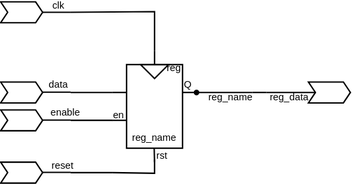
Earlier version of the draw.io export .pic/Basic Verilog structures/registers/fig_05.drawio.svg (MPSU/APS). Source tidied: cells renumbered, new cells last; positions are measured from the earlier drawing's top-left corner, leaving out a move shared by most shapes.
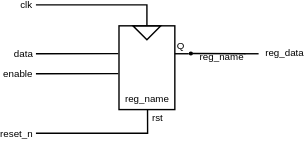
After the change.

The edit, as a diff of the source:
```diff
@@ -1,187 +1,86 @@
-<mxGraphModel>
+<mxGraphModel background="#ffffff">
   <root>
     <mxCell id="0" />
     <mxCell id="1" parent="0" />
     <mxCell id="2" value="&lt;font style=&quot;font-size: 7px;&quot;&gt;reg_name&lt;/font&gt;" style="rounded=0;whiteSpace=wrap;html=1;verticalAlign=bottom;spacingBottom=0;fillColor=none;" parent="1" vertex="1">
-      <mxGeometry x="90" y="45" width="40" height="60" as="geometry" />
+      <mxGeometry x="-192.5" y="76" width="40" height="60" as="geometry" />
     </mxCell>
-    <mxCell id="3" value="reg" style="text;html=1;strokeColor=none;fillColor=none;align=center;verticalAlign=middle;whiteSpace=wrap;rounded=0;fontSize=7;" parent="1" vertex="1">
-      <mxGeometry x="117" y="44" width="14" height="8" as="geometry" />
+    <mxCell id="3" style="endArrow=none;html=1;rounded=0;fontSize=7;" parent="1" edge="1">
+      <mxGeometry relative="1" as="geometry">
+        <mxPoint x="-142.5" y="96" as="sourcePoint" />
+        <mxPoint x="-152.5" y="96" as="targetPoint" />
+      </mxGeometry>
     </mxCell>
-    <mxCell id="4" style="endArrow=none;html=1;rounded=0;fontSize=7;" parent="1" edge="1">
+    <mxCell id="4" style="edgeStyle=orthogonalEdgeStyle;rounded=0;jettySize=auto;html=1;exitX=0;exitY=0.5;exitDx=0;exitDy=0;endArrow=none;endFill=0;" parent="1" edge="1" source="5">
       <mxGeometry relative="1" as="geometry">
-        <mxPoint x="90" y="65" as="sourcePoint" />
-        <mxPoint x="80" y="65" as="targetPoint" />
+        <mxPoint x="-252" y="61" as="targetPoint" />
+        <Array as="points">
+          <mxPoint x="-172" y="61" />
+        </Array>
       </mxGeometry>
     </mxCell>
-    <mxCell id="5" style="endArrow=none;html=1;rounded=0;fontSize=7;" parent="1" edge="1">
-      <mxGeometry relative="1" as="geometry">
-        <mxPoint x="140" y="65" as="sourcePoint" />
-        <mxPoint x="130" y="65" as="targetPoint" />
-      </mxGeometry>
+    <mxCell id="5" style="triangle;whiteSpace=wrap;html=1;fontSize=7;rotation=90;fillColor=none;" parent="1" vertex="1">
+      <mxGeometry x="-177.5" y="71" width="10" height="20" as="geometry" />
     </mxCell>
-    <mxCell id="6" style="endArrow=none;html=1;rounded=0;fontSize=7;" parent="1" edge="1">
-      <mxGeometry relative="1" as="geometry">
-        <mxPoint x="110" y="45" as="sourcePoint" />
-        <mxPoint x="110" y="35" as="targetPoint" />
-      </mxGeometry>
+    <mxCell id="6" value="Q" style="text;html=1;strokeColor=none;fillColor=none;align=center;verticalAlign=middle;whiteSpace=wrap;rounded=0;fontSize=7;" parent="1" vertex="1">
+      <mxGeometry x="-151.5" y="86" width="6" height="10" as="geometry" />
     </mxCell>
-    <mxCell id="7" style="triangle;whiteSpace=wrap;html=1;fontSize=7;rotation=90;fillColor=none;" parent="1" vertex="1">
-      <mxGeometry x="105" y="40" width="10" height="20" as="geometry" />
+    <mxCell id="7" style="endArrow=none;html=1;rounded=0;fontSize=7;startArrow=oval;startFill=1;endSize=6;startSize=2;" parent="1" edge="1">
+      <mxGeometry relative="1" as="geometry">
+        <mxPoint x="-141" y="95.8" as="sourcePoint" />
+        <mxPoint x="-102" y="96" as="targetPoint" />
+      </mxGeometry>
     </mxCell>
-    <mxCell id="8" value="Q" style="text;html=1;strokeColor=none;fillColor=none;align=center;verticalAlign=middle;whiteSpace=wrap;rounded=0;fontSize=7;" parent="1" vertex="1">
-      <mxGeometry x="131" y="55" width="6" height="10" as="geometry" />
+    <mxCell id="8" value="&lt;font style=&quot;font-size: 7px;&quot;&gt;reg_name&lt;/font&gt;" style="edgeLabel;html=1;align=center;verticalAlign=middle;fontSize=7;labelBackgroundColor=none;" parent="7" vertex="1">
+      <mxGeometry x="0.13" relative="1" as="geometry">
+        <mxPoint y="3" as="offset" />
+      </mxGeometry>
     </mxCell>
-    <mxCell id="9" style="endArrow=none;html=1;rounded=0;fontSize=7;startArrow=oval;startFill=1;startSize=3;" parent="1" edge="1">
+    <mxCell id="9" style="endArrow=none;html=1;rounded=0;fontSize=7;" parent="1" edge="1">
       <mxGeometry relative="1" as="geometry">
-        <mxPoint x="140" y="65" as="sourcePoint" />
-        <mxPoint x="180" y="65" as="targetPoint" />
+        <mxPoint x="-102.5" y="96" as="sourcePoint" />
+        <mxPoint x="-92.5" y="96" as="targetPoint" />
       </mxGeometry>
     </mxCell>
-    <mxCell id="10" value="&lt;font style=&quot;font-size: 7px;&quot;&gt;reg_name&lt;/font&gt;" style="edgeLabel;html=1;align=center;verticalAlign=middle;fontSize=7;labelBackgroundColor=none;" parent="9" vertex="1">
-      <mxGeometry x="0.13" relative="1" as="geometry">
-        <mxPoint y="3" as="offset" />
+    <mxCell id="10" style="endArrow=none;html=1;rounded=0;fontSize=7;entryX=0.511;entryY=0.992;entryDx=0;entryDy=0;entryPerimeter=0;" parent="1" edge="1" target="2">
+      <mxGeometry relative="1" as="geometry">
+        <mxPoint x="-252" y="153" as="sourcePoint" />
+        <Array as="points">
+          <mxPoint x="-172" y="153" />
+        </Array>
       </mxGeometry>
     </mxCell>
-    <mxCell id="11" style="shape=step;perimeter=stepPerimeter;whiteSpace=wrap;html=1;fixedSize=1;labelBackgroundColor=#CB9EFF;fontSize=7;fillColor=none;size=5;" parent="1" vertex="1">
-      <mxGeometry width="30" height="15" as="geometry" />
+    <mxCell id="11" value="rst" style="edgeLabel;html=1;align=center;verticalAlign=middle;fontSize=7;" parent="10" vertex="1">
+      <mxGeometry x="0.41" relative="1" as="geometry">
+        <mxPoint x="17" y="-11" as="offset" />
+      </mxGeometry>
     </mxCell>
-    <mxCell id="12" style="shape=step;perimeter=stepPerimeter;whiteSpace=wrap;html=1;fixedSize=1;labelBackgroundColor=#CB9EFF;fontSize=7;fillColor=none;size=5;" parent="1" vertex="1">
-      <mxGeometry y="57.5" width="30" height="15" as="geometry" />
+    <mxCell id="12" style="edgeStyle=orthogonalEdgeStyle;rounded=0;orthogonalLoop=1;jettySize=auto;html=1;exitX=0;exitY=0.75;exitDx=0;exitDy=0;exitPerimeter=0;endArrow=none;endFill=0;" parent="1" edge="1">
+      <mxGeometry relative="1" as="geometry">
+        <mxPoint x="-193" y="110.3" as="sourcePoint" />
+        <mxPoint x="-252" y="110.3" as="targetPoint" />
+      </mxGeometry>
     </mxCell>
-    <mxCell id="13" style="endArrow=none;html=1;rounded=0;fontSize=7;" parent="1" edge="1">
-      <mxGeometry relative="1" as="geometry">
-        <mxPoint x="50" y="64.8" as="sourcePoint" />
-        <mxPoint x="30" y="64.8" as="targetPoint" />
-      </mxGeometry>
+    <mxCell id="13" value="reg_data" style="edgeLabel;html=1;align=center;verticalAlign=middle;fontSize=7;labelBackgroundColor=none;" parent="1" vertex="1">
+      <mxGeometry x="-74" y="96" as="geometry" />
     </mxCell>
-    <mxCell id="14" value="data" style="edgeLabel;html=1;align=center;verticalAlign=middle;fontSize=7;labelBackgroundColor=none;" parent="13" vertex="1">
-      <mxGeometry x="0.2" relative="1" as="geometry">
-        <mxPoint x="2" y="-5" as="offset" />
-      </mxGeometry>
+    <mxCell id="14" value="reset_n" style="edgeLabel;html=1;align=center;verticalAlign=middle;fontSize=7;labelBackgroundColor=none;" parent="1" vertex="1">
+      <mxGeometry x="-266.5" y="153.3" as="geometry" />
     </mxCell>
-    <mxCell id="15" style="endArrow=none;html=1;rounded=0;fontSize=7;" parent="1" edge="1">
-      <mxGeometry relative="1" as="geometry">
-        <mxPoint x="30" y="7.5" as="sourcePoint" />
-        <mxPoint x="50" y="7.5" as="targetPoint" />
-      </mxGeometry>
+    <mxCell id="15" value="data" style="edgeLabel;html=1;align=center;verticalAlign=middle;fontSize=7;labelBackgroundColor=none;" parent="1" vertex="1">
+      <mxGeometry x="-261" y="96" as="geometry" />
     </mxCell>
-    <mxCell id="16" value="clk" style="edgeLabel;html=1;align=center;verticalAlign=middle;fontSize=7;labelBackgroundColor=none;" parent="15" vertex="1">
-      <mxGeometry x="0.4" y="-1" relative="1" as="geometry">
-        <mxPoint x="-4" y="-6" as="offset" />
-      </mxGeometry>
+    <mxCell id="16" value="enable" style="edgeLabel;html=1;align=center;verticalAlign=middle;fontSize=7;labelBackgroundColor=none;" parent="1" vertex="1">
+      <mxGeometry x="-265" y="110" as="geometry" />
     </mxCell>
-    <mxCell id="17" style="shape=step;perimeter=stepPerimeter;whiteSpace=wrap;html=1;fixedSize=1;labelBackgroundColor=#CB9EFF;fontSize=7;fillColor=none;size=5;" parent="1" vertex="1">
-      <mxGeometry x="220" y="57.5" width="30" height="15" as="geometry" />
+    <mxCell id="17" value="clk" style="edgeLabel;html=1;align=center;verticalAlign=middle;fontSize=7;labelBackgroundColor=none;" parent="1" vertex="1">
+      <mxGeometry x="-259" y="61" as="geometry" />
     </mxCell>
-    <mxCell id="18" style="endArrow=none;html=1;rounded=0;fontSize=7;" parent="1" edge="1">
+    <mxCell id="18" style="edgeStyle=orthogonalEdgeStyle;rounded=0;orthogonalLoop=1;jettySize=auto;html=1;exitX=0;exitY=0.75;exitDx=0;exitDy=0;exitPerimeter=0;endArrow=none;endFill=0;" parent="1" edge="1">
       <mxGeometry relative="1" as="geometry">
-        <mxPoint x="225" y="65" as="sourcePoint" />
-        <mxPoint x="190" y="65" as="targetPoint" />
+        <mxPoint x="-193" y="95.9" as="sourcePoint" />
+        <mxPoint x="-252" y="95.9" as="targetPoint" />
       </mxGeometry>
     </mxCell>
-    <mxCell id="19" value="reg_data" style="edgeLabel;html=1;align=center;verticalAlign=middle;fontSize=7;labelBackgroundColor=none;" parent="18" vertex="1">
-      <mxGeometry x="0.2" relative="1" as="geometry">
-        <mxPoint x="1" y="3" as="offset" />
-      </mxGeometry>
-    </mxCell>
-    <mxCell id="20" style="endArrow=none;html=1;rounded=0;fontSize=7;" parent="1" edge="1">
-      <mxGeometry relative="1" as="geometry">
-        <mxPoint x="50" y="65" as="sourcePoint" />
-        <mxPoint x="80" y="65" as="targetPoint" />
-      </mxGeometry>
-    </mxCell>
-    <mxCell id="21" style="endArrow=none;html=1;rounded=0;fontSize=7;" parent="1" edge="1">
-      <mxGeometry relative="1" as="geometry">
-        <mxPoint x="110" y="35" as="sourcePoint" />
-        <mxPoint x="50" y="7.5" as="targetPoint" />
-        <Array as="points">
-          <mxPoint x="110" y="7" />
-        </Array>
-      </mxGeometry>
-    </mxCell>
-    <mxCell id="22" style="endArrow=none;html=1;rounded=0;fontSize=7;" parent="1" edge="1">
-      <mxGeometry relative="1" as="geometry">
-        <mxPoint x="180" y="65" as="sourcePoint" />
-        <mxPoint x="190" y="65" as="targetPoint" />
-      </mxGeometry>
-    </mxCell>
-    <mxCell id="23" style="endArrow=none;html=1;rounded=0;fontSize=7;" parent="1" edge="1">
-      <mxGeometry relative="1" as="geometry">
-        <mxPoint x="79.8" y="85" as="sourcePoint" />
-        <mxPoint x="89.8" y="85" as="targetPoint" />
-      </mxGeometry>
-    </mxCell>
-    <mxCell id="24" value="en" style="edgeLabel;html=1;align=center;verticalAlign=middle;fontSize=7;labelBackgroundColor=none;" parent="23" vertex="1">
-      <mxGeometry x="-0.41" relative="1" as="geometry">
-        <mxPoint x="1" y="-4" as="offset" />
-      </mxGeometry>
-    </mxCell>
-    <mxCell id="25" style="endArrow=none;html=1;rounded=0;fontSize=7;" parent="1" edge="1">
-      <mxGeometry relative="1" as="geometry">
-        <mxPoint x="110" y="115" as="sourcePoint" />
-        <mxPoint x="109.8" y="105" as="targetPoint" />
-      </mxGeometry>
-    </mxCell>
-    <mxCell id="26" value="rst" style="edgeLabel;html=1;align=center;verticalAlign=middle;fontSize=7;" parent="25" vertex="1">
-      <mxGeometry x="0.41" relative="1" as="geometry">
-        <mxPoint x="5" y="2" as="offset" />
-      </mxGeometry>
-    </mxCell>
-    <mxCell id="27" style="group;" parent="1" vertex="1">
-      <mxGeometry y="77.5" width="80" height="15" as="geometry" />
-    </mxCell>
-    <mxCell id="28" style="shape=step;perimeter=stepPerimeter;whiteSpace=wrap;html=1;fixedSize=1;labelBackgroundColor=#CB9EFF;fontSize=7;fillColor=none;size=5;" parent="27" vertex="1">
-      <mxGeometry width="30" height="15" as="geometry" />
-    </mxCell>
-    <mxCell id="29" style="endArrow=none;html=1;rounded=0;fontSize=7;" parent="27" edge="1">
-      <mxGeometry relative="1" as="geometry">
-        <mxPoint x="50" y="7.3" as="sourcePoint" />
-        <mxPoint x="30" y="7.3" as="targetPoint" />
-      </mxGeometry>
-    </mxCell>
-    <mxCell id="30" value="enable" style="edgeLabel;html=1;align=center;verticalAlign=middle;fontSize=7;labelBackgroundColor=none;" parent="29" vertex="1">
-      <mxGeometry x="0.2" relative="1" as="geometry">
-        <mxPoint x="7" y="-5" as="offset" />
-      </mxGeometry>
-    </mxCell>
-    <mxCell id="31" style="endArrow=none;html=1;rounded=0;fontSize=7;" parent="27" edge="1">
-      <mxGeometry relative="1" as="geometry">
-        <mxPoint x="50" y="7.5" as="sourcePoint" />
-        <mxPoint x="80" y="7.5" as="targetPoint" />
-      </mxGeometry>
-    </mxCell>
-    <mxCell id="32" style="group;" parent="1" vertex="1">
-      <mxGeometry y="115" width="80" height="15" as="geometry" />
-    </mxCell>
-    <mxCell id="33" style="shape=step;perimeter=stepPerimeter;whiteSpace=wrap;html=1;fixedSize=1;labelBackgroundColor=#CB9EFF;fontSize=7;fillColor=none;size=5;" parent="32" vertex="1">
-      <mxGeometry width="30" height="15" as="geometry" />
-    </mxCell>
-    <mxCell id="34" style="endArrow=none;html=1;rounded=0;fontSize=7;" parent="32" edge="1">
-      <mxGeometry relative="1" as="geometry">
-        <mxPoint x="50" y="7.3" as="sourcePoint" />
-        <mxPoint x="30" y="7.3" as="targetPoint" />
-      </mxGeometry>
-    </mxCell>
-    <mxCell id="35" value="reset" style="edgeLabel;html=1;align=center;verticalAlign=middle;fontSize=7;labelBackgroundColor=none;" parent="34" vertex="1">
-      <mxGeometry x="0.2" relative="1" as="geometry">
-        <mxPoint x="5" y="-5" as="offset" />
-      </mxGeometry>
-    </mxCell>
-    <mxCell id="36" style="endArrow=none;html=1;rounded=0;fontSize=7;" parent="32" edge="1">
-      <mxGeometry relative="1" as="geometry">
-        <mxPoint x="50" y="7.5" as="sourcePoint" />
-        <mxPoint x="80" y="7.5" as="targetPoint" />
-      </mxGeometry>
-    </mxCell>
-    <mxCell id="37" style="endArrow=none;html=1;rounded=0;fontSize=7;" parent="1" edge="1">
-      <mxGeometry relative="1" as="geometry">
-        <mxPoint x="80" y="122.5" as="sourcePoint" />
-        <mxPoint x="110" y="113" as="targetPoint" />
-        <Array as="points">
-          <mxPoint x="110" y="123" />
-        </Array>
-      </mxGeometry>
-    </mxCell>
   </root>
 </mxGraphModel>
```
